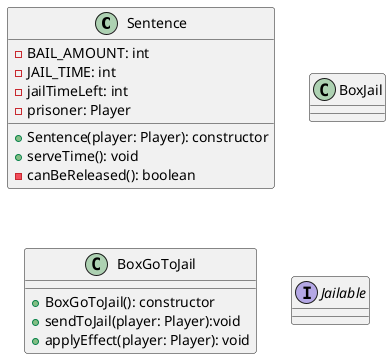
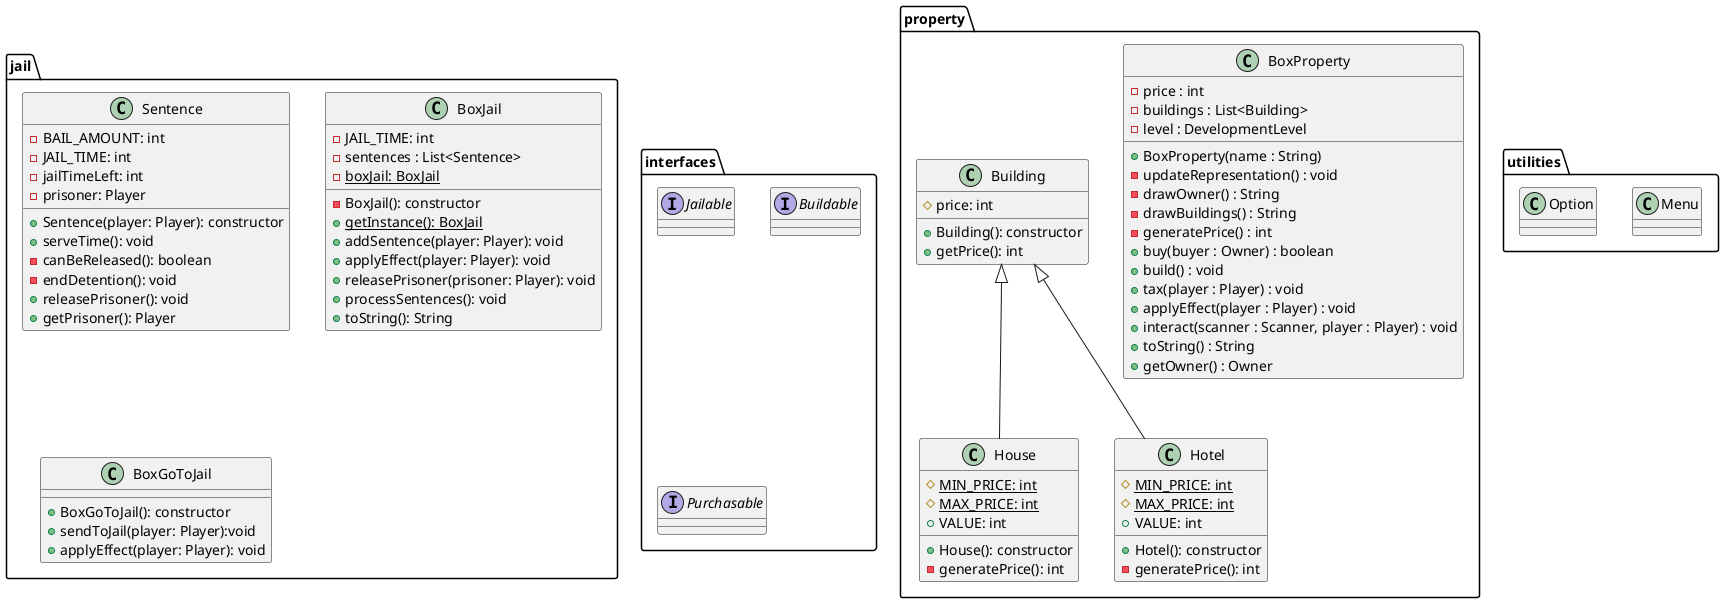
@startuml
- class Sentence{
- - BAIL_AMOUNT: int
- - JAIL_TIME: int
- - jailTimeLeft: int
- - prisoner: Player
- + Sentence(player: Player): constructor
- + serveTime(): void
- - canBeReleased(): boolean
+ package jail{
+     class Sentence{
+     - BAIL_AMOUNT: int
+     - JAIL_TIME: int
+     - jailTimeLeft: int
+     - prisoner: Player
+     + Sentence(player: Player): constructor
+     + serveTime(): void
+     - canBeReleased(): boolean
+     - endDetention(): void
+     + releasePrisoner(): void
+     + getPrisoner(): Player
+     }

+     class BoxJail{
+     - JAIL_TIME: int
+     - sentences : List<Sentence>
+     - {static} boxJail: BoxJail
+     - BoxJail(): constructor
+     + {static} getInstance(): BoxJail
+     + addSentence(player: Player): void
+     + applyEffect(player: Player): void
+     + releasePrisoner(prisoner: Player): void
+     + processSentences(): void
+     + toString(): String
+     }
+ 
+     class BoxGoToJail{
+     + BoxGoToJail(): constructor
+     + sendToJail(player: Player):void
+     + applyEffect(player: Player): void
+     }
}

- class BoxJail{
+ package property{
+     class BoxProperty {
+         - price : int
+         - buildings : List<Building>
+         - level : DevelopmentLevel
+         + BoxProperty(name : String)
+         - updateRepresentation() : void
+         - drawOwner() : String
+         - drawBuildings() : String
+         - generatePrice() : int
+         + buy(buyer : Owner) : boolean
+         + build() : void
+         + tax(player : Player) : void
+         + applyEffect(player : Player) : void
+         + interact(scanner : Scanner, player : Player) : void
+         + toString() : String
+         + getOwner() : Owner
+     }

+     class Building {
+     # price: int
+     + Building(): constructor
+     + getPrice(): int
+     }
+ 
+     class House {
+     # {static} MIN_PRICE: int
+     # {static} MAX_PRICE: int
+     + VALUE: int
+     + House(): constructor
+     - generatePrice(): int
+     }
+ 
+     class Hotel {
+     # {static} MIN_PRICE: int
+     # {static} MAX_PRICE: int
+     + VALUE: int
+     + Hotel(): constructor
+     - generatePrice(): int
+     }
+ 
+     Building <|-- House
+     Building <|-- Hotel
}

- class BoxGoToJail{
- + BoxGoToJail(): constructor
- + sendToJail(player: Player):void
- + applyEffect(player: Player): void
+ package utilities{
+    class Menu{
+ 
+    }
+ 
+    class Option{
+ 
+    }
}

- interface Jailable{
+ package interfaces{
+     interface Jailable{

+     }
+ 
+     interface Buildable{
+ 
+     }
+ 
+     interface Purchasable{
+ 
+     }
}
@enduml